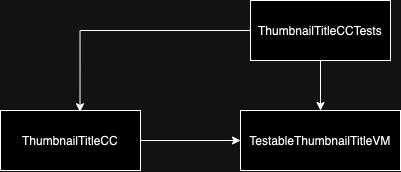
The draw.io diagram MarvelSampleTests/Tests/ThumbnailTitleCC/ThumbnailTitleCCTests.drawio.png in hiren9697/MavelSample, before a commit. Source tidied: cells renumbered, new cells last; positions are measured from the earlier drawing's top-left corner, leaving out a move shared by most shapes.
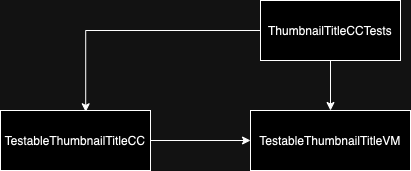
The same diagram one commit later.

Commit message:
Implemented TestableThumbnailTitleCC Used TestableThumbnailTitleCC instead of ThumbnailTitleCC in TestableComicsVC, TestableCharactersVC and ThumbnailTitleCCTests

The edit, as a diff of the source:
```diff
@@ -8,17 +8,17 @@
     <mxCell id="3" value="ThumbnailTitleCCTests" style="rounded=0;whiteSpace=wrap;html=1;" parent="1" vertex="1">
       <mxGeometry x="250" width="140" height="60" as="geometry" />
     </mxCell>
-    <mxCell id="4" style="edgeStyle=orthogonalEdgeStyle;rounded=0;jettySize=auto;html=1;" parent="1" edge="1" source="5" target="6">
-      <mxGeometry relative="1" as="geometry" />
-    </mxCell>
-    <mxCell id="5" value="ThumbnailTitleCC" style="rounded=0;whiteSpace=wrap;html=1;" parent="1" vertex="1">
-      <mxGeometry y="110" width="140" height="60" as="geometry" />
-    </mxCell>
+    <mxCell id="8" style="edgeStyle=orthogonalEdgeStyle;rounded=0;jettySize=auto;html=1;" parent="1" edge="1" source="9" target="6">
+      <mxGeometry relative="1" as="geometry" />
+    </mxCell>
+    <mxCell id="9" value="TestableThumbnailTitleCC" style="rounded=0;whiteSpace=wrap;html=1;" parent="1" vertex="1">
+      <mxGeometry x="-10" y="110" width="150" height="60" as="geometry" />
+    </mxCell>
     <mxCell id="6" value="TestableThumbnailTitleVM" style="rounded=0;whiteSpace=wrap;html=1;" parent="1" vertex="1">
       <mxGeometry x="240" y="110" width="160" height="60" as="geometry" />
     </mxCell>
-    <mxCell id="7" style="edgeStyle=orthogonalEdgeStyle;rounded=0;jettySize=auto;html=1;entryX=0.568;entryY=0.022;entryDx=0;entryDy=0;entryPerimeter=0;" parent="1" edge="1" source="3" target="5">
-      <mxGeometry relative="1" as="geometry" />
-    </mxCell>
+    <mxCell id="10" style="edgeStyle=orthogonalEdgeStyle;rounded=0;jettySize=auto;html=1;entryX=0.568;entryY=0.022;entryDx=0;entryDy=0;entryPerimeter=0;" parent="1" edge="1" source="3" target="9">
+      <mxGeometry relative="1" as="geometry" />
+    </mxCell>
   </root>
 </mxGraphModel>
```
